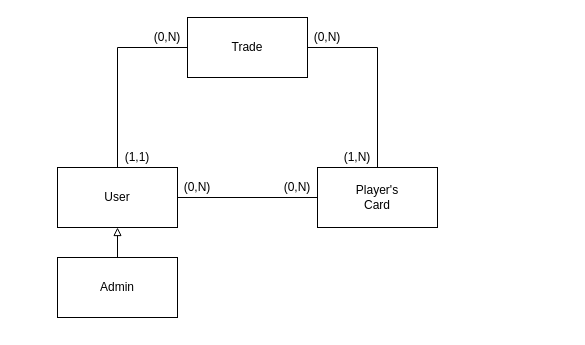
Before: page "UML Analysis Cases" (2 of 3) of Documentation/ProjectUML.drawio in Plaza99/FantaManager, a draw.io diagram. Source tidied: cells renumbered, new cells numbered last; positions are measured from the earlier drawing's top-left corner, leaving out a move shared by most shapes. Both pictures are drawn from the tidied source at 100%, with x=0, y=0 at pixel (57, 17).
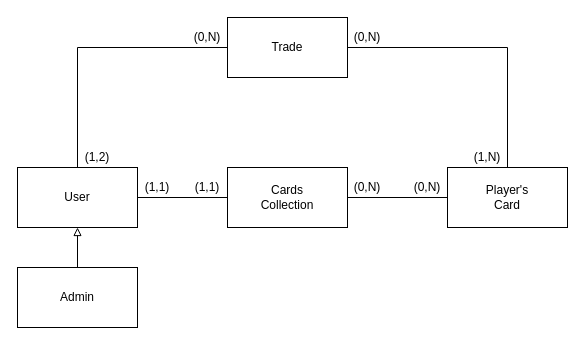
The same page after the edit.

The edit, as a diff of the source:
```diff
@@
 <mxGraphModel>
   <root>
     <mxCell id="0" />
     <mxCell id="1" parent="0" />
-    <mxCell id="2" style="edgeStyle=orthogonalEdgeStyle;rounded=0;jettySize=auto;html=1;entryX=0;entryY=0.5;entryDx=0;entryDy=0;startArrow=none;startFill=0;endArrow=none;endFill=0;" parent="1" edge="1" source="4" target="7">
-      <mxGeometry relative="1" as="geometry" />
-    </mxCell>
     <mxCell id="3" style="edgeStyle=orthogonalEdgeStyle;rounded=0;jettySize=auto;html=1;entryX=0;entryY=0.5;entryDx=0;entryDy=0;startArrow=none;startFill=0;endArrow=none;endFill=0;exitX=0.5;exitY=0;exitDx=0;exitDy=0;" parent="1" edge="1" source="4" target="11">
       <mxGeometry relative="1" as="geometry" />
     </mxCell>
+    <mxCell id="16" style="edgeStyle=orthogonalEdgeStyle;rounded=0;jettySize=auto;html=1;endArrow=none;endFill=0;" parent="1" edge="1" source="4" target="18">
+      <mxGeometry relative="1" as="geometry" />
+    </mxCell>
     <mxCell id="4" value="User" style="rounded=0;whiteSpace=wrap;html=1;" parent="1" vertex="1">
-      <mxGeometry y="150" width="120" height="60" as="geometry" />
+      <mxGeometry x="-40" y="150" width="120" height="60" as="geometry" />
     </mxCell>
     <mxCell id="5" style="edgeStyle=orthogonalEdgeStyle;rounded=0;jettySize=auto;html=1;entryX=0.5;entryY=1;entryDx=0;entryDy=0;startArrow=none;startFill=0;endArrow=block;endFill=0;" parent="1" edge="1" source="6" target="4">
       <mxGeometry relative="1" as="geometry" />
     </mxCell>
     <mxCell id="6" value="Admin" style="rounded=0;whiteSpace=wrap;html=1;" parent="1" vertex="1">
-      <mxGeometry y="240" width="120" height="60" as="geometry" />
+      <mxGeometry x="-40" y="250" width="120" height="60" as="geometry" />
     </mxCell>
     <mxCell id="7" value="Player's &lt;br&gt;Card" style="rounded=0;whiteSpace=wrap;html=1;" parent="1" vertex="1">
-      <mxGeometry x="260" y="150" width="120" height="60" as="geometry" />
+      <mxGeometry x="390" y="150" width="120" height="60" as="geometry" />
     </mxCell>
-    <mxCell id="8" value="(0,N)" style="text;html=1;strokeColor=none;fillColor=none;align=center;verticalAlign=middle;whiteSpace=wrap;rounded=0;" parent="1" vertex="1">
-      <mxGeometry x="220" y="160" width="40" height="20" as="geometry" />
-    </mxCell>
-    <mxCell id="9" value="(0,N)" style="text;html=1;strokeColor=none;fillColor=none;align=center;verticalAlign=middle;whiteSpace=wrap;rounded=0;" parent="1" vertex="1">
-      <mxGeometry x="120" y="160" width="40" height="20" as="geometry" />
-    </mxCell>
     <mxCell id="10" style="edgeStyle=orthogonalEdgeStyle;rounded=0;jettySize=auto;html=1;exitX=1;exitY=0.5;exitDx=0;exitDy=0;entryX=0.5;entryY=0;entryDx=0;entryDy=0;endArrow=none;endFill=0;" parent="1" edge="1" source="11" target="7">
       <mxGeometry relative="1" as="geometry" />
     </mxCell>
     <mxCell id="11" value="Trade" style="rounded=0;whiteSpace=wrap;html=1;" parent="1" vertex="1">
-      <mxGeometry x="130" width="120" height="60" as="geometry" />
+      <mxGeometry x="170" width="120" height="60" as="geometry" />
     </mxCell>
-    <mxCell id="12" value="(1,1)" style="text;html=1;strokeColor=none;fillColor=none;align=center;verticalAlign=middle;whiteSpace=wrap;rounded=0;" parent="1" vertex="1">
-      <mxGeometry x="60" y="130" width="40" height="20" as="geometry" />
+    <mxCell id="12" value="(1,2)" style="text;html=1;strokeColor=none;fillColor=none;align=center;verticalAlign=middle;whiteSpace=wrap;rounded=0;" parent="1" vertex="1">
+      <mxGeometry x="20" y="130" width="40" height="20" as="geometry" />
     </mxCell>
     <mxCell id="13" value="(0,N)" style="text;html=1;strokeColor=none;fillColor=none;align=center;verticalAlign=middle;whiteSpace=wrap;rounded=0;" parent="1" vertex="1">
-      <mxGeometry x="250" y="10" width="40" height="20" as="geometry" />
+      <mxGeometry x="290" y="10" width="40" height="20" as="geometry" />
     </mxCell>
     <mxCell id="14" value="(1,N)" style="text;html=1;strokeColor=none;fillColor=none;align=center;verticalAlign=middle;whiteSpace=wrap;rounded=0;" parent="1" vertex="1">
-      <mxGeometry x="280" y="130" width="40" height="20" as="geometry" />
+      <mxGeometry x="410" y="130" width="40" height="20" as="geometry" />
     </mxCell>
     <mxCell id="15" value="(0,N)" style="text;html=1;strokeColor=none;fillColor=none;align=center;verticalAlign=middle;whiteSpace=wrap;rounded=0;" parent="1" vertex="1">
-      <mxGeometry x="90" y="10" width="40" height="20" as="geometry" />
+      <mxGeometry x="130" y="10" width="40" height="20" as="geometry" />
     </mxCell>
+    <mxCell id="17" style="edgeStyle=orthogonalEdgeStyle;rounded=0;jettySize=auto;html=1;entryX=0;entryY=0.5;entryDx=0;entryDy=0;endArrow=none;endFill=0;" parent="1" edge="1" source="18" target="7">
+      <mxGeometry relative="1" as="geometry" />
+    </mxCell>
+    <mxCell id="18" value="Cards&lt;br&gt;Collection" style="rounded=0;whiteSpace=wrap;html=1;" parent="1" vertex="1">
+      <mxGeometry x="170" y="150" width="120" height="60" as="geometry" />
+    </mxCell>
+    <mxCell id="19" value="(1,1)" style="text;html=1;strokeColor=none;fillColor=none;align=center;verticalAlign=middle;whiteSpace=wrap;rounded=0;" parent="1" vertex="1">
+      <mxGeometry x="80" y="160" width="40" height="20" as="geometry" />
+    </mxCell>
+    <mxCell id="20" value="(1,1)" style="text;html=1;strokeColor=none;fillColor=none;align=center;verticalAlign=middle;whiteSpace=wrap;rounded=0;" parent="1" vertex="1">
+      <mxGeometry x="130" y="160" width="40" height="20" as="geometry" />
+    </mxCell>
+    <mxCell id="21" value="(0,N)" style="text;html=1;strokeColor=none;fillColor=none;align=center;verticalAlign=middle;whiteSpace=wrap;rounded=0;" parent="1" vertex="1">
+      <mxGeometry x="290" y="160" width="40" height="20" as="geometry" />
+    </mxCell>
+    <mxCell id="22" value="(0,N)" style="text;html=1;strokeColor=none;fillColor=none;align=center;verticalAlign=middle;whiteSpace=wrap;rounded=0;" parent="1" vertex="1">
+      <mxGeometry x="350" y="160" width="40" height="20" as="geometry" />
+    </mxCell>
   </root>
 </mxGraphModel>
```
